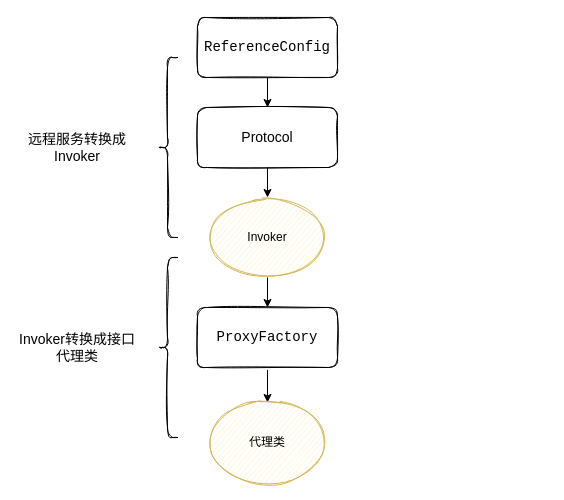
The draw.io diagram dubbo/服务引入简化版本.drawio in erlieStar/diagrams, before the edit. Source tidied: cells renumbered, new cells numbered last; positions are measured from the earlier drawing's top-left corner, leaving out a move shared by most shapes. Both pictures are drawn from the tidied source at 100%, with x=0, y=0 at pixel (17, 17).
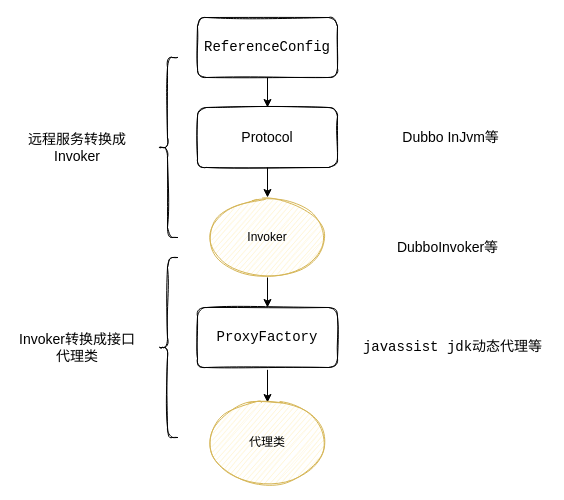
The same diagram, later.

Commit message:
Update 服务引入简化版本.drawio

What changed in the source:
```diff
@@
 <mxGraphModel>
   <root>
     <mxCell id="0" />
     <mxCell id="1" parent="0" />
     <mxCell id="2" style="edgeStyle=orthogonalEdgeStyle;rounded=0;jettySize=auto;html=1;" parent="1" edge="1" source="3" target="7">
       <mxGeometry relative="1" as="geometry" />
     </mxCell>
     <mxCell id="3" value="&lt;pre&gt;&lt;font style=&quot;font-size: 14px&quot;&gt;ReferenceConfig&lt;/font&gt;&lt;/pre&gt;" style="rounded=1;whiteSpace=wrap;html=1;sketch=1;" parent="1" vertex="1">
       <mxGeometry x="180" width="140" height="60" as="geometry" />
     </mxCell>
     <mxCell id="4" style="edgeStyle=orthogonalEdgeStyle;rounded=0;jettySize=auto;html=1;" parent="1" edge="1" source="5" target="9">
       <mxGeometry relative="1" as="geometry" />
     </mxCell>
     <mxCell id="5" value="Invoker" style="ellipse;whiteSpace=wrap;html=1;sketch=1;fillColor=#fff2cc;strokeColor=#d6b656;" parent="1" vertex="1">
       <mxGeometry x="190" y="180" width="120" height="80" as="geometry" />
     </mxCell>
     <mxCell id="6" style="edgeStyle=orthogonalEdgeStyle;rounded=0;jettySize=auto;html=1;" parent="1" edge="1" source="7" target="5">
       <mxGeometry relative="1" as="geometry" />
     </mxCell>
     <mxCell id="7" value="&lt;span style=&quot;font-size: 14px&quot;&gt;Protocol&lt;/span&gt;" style="rounded=1;whiteSpace=wrap;html=1;sketch=1;" parent="1" vertex="1">
       <mxGeometry x="180" y="90" width="140" height="60" as="geometry" />
     </mxCell>
     <mxCell id="8" style="edgeStyle=orthogonalEdgeStyle;rounded=0;jettySize=auto;html=1;" parent="1" edge="1" source="9" target="10">
       <mxGeometry relative="1" as="geometry" />
     </mxCell>
     <mxCell id="9" value="&lt;pre&gt;&lt;font style=&quot;font-size: 14px&quot;&gt;ProxyFactory&lt;/font&gt;&lt;/pre&gt;" style="rounded=1;whiteSpace=wrap;html=1;sketch=1;" parent="1" vertex="1">
       <mxGeometry x="180" y="290" width="140" height="60" as="geometry" />
     </mxCell>
     <mxCell id="10" value="代理类" style="ellipse;whiteSpace=wrap;html=1;sketch=1;fillColor=#fff2cc;strokeColor=#d6b656;" parent="1" vertex="1">
       <mxGeometry x="190" y="385" width="120" height="80" as="geometry" />
     </mxCell>
     <mxCell id="11" style="shape=curlyBracket;whiteSpace=wrap;html=1;rounded=1;sketch=1;" parent="1" vertex="1">
       <mxGeometry x="140" y="40" width="20" height="180" as="geometry" />
     </mxCell>
     <mxCell id="12" style="shape=curlyBracket;whiteSpace=wrap;html=1;rounded=1;sketch=1;" parent="1" vertex="1">
       <mxGeometry x="140" y="240" width="20" height="180" as="geometry" />
     </mxCell>
     <mxCell id="13" value="&lt;font style=&quot;font-size: 14px&quot;&gt;远程服务转换成Invoker&lt;/font&gt;" style="text;html=1;strokeColor=none;fillColor=none;align=center;verticalAlign=middle;whiteSpace=wrap;rounded=0;sketch=1;" parent="1" vertex="1">
       <mxGeometry y="120" width="120" height="20" as="geometry" />
     </mxCell>
     <mxCell id="14" value="&lt;span style=&quot;font-size: 14px&quot;&gt;Invoker转换成接口代理类&lt;/span&gt;" style="text;html=1;strokeColor=none;fillColor=none;align=center;verticalAlign=middle;whiteSpace=wrap;rounded=0;sketch=1;" parent="1" vertex="1">
       <mxGeometry y="320" width="120" height="20" as="geometry" />
     </mxCell>
+    <mxCell id="15" value="&lt;font style=&quot;font-size: 14px&quot;&gt;Dubbo InJvm等&amp;nbsp;&lt;/font&gt;" style="text;html=1;align=center;verticalAlign=middle;" parent="1" vertex="1">
+      <mxGeometry x="375" y="110" width="120" height="20" as="geometry" />
+    </mxCell>
+    <mxCell id="16" value="&lt;font style=&quot;font-size: 14px&quot;&gt;DubboInvoker等&lt;/font&gt;" style="text;html=1;align=center;verticalAlign=middle;" parent="1" vertex="1">
+      <mxGeometry x="370" y="220" width="120" height="20" as="geometry" />
+    </mxCell>
+    <mxCell id="17" value="&lt;pre&gt;&lt;font style=&quot;font-size: 14px&quot;&gt;javassist jdk动态代理等&lt;/font&gt;&lt;/pre&gt;" style="text;html=1;align=center;verticalAlign=middle;" parent="1" vertex="1">
+      <mxGeometry x="340" y="310" width="190" height="40" as="geometry" />
+    </mxCell>
   </root>
 </mxGraphModel>
```
